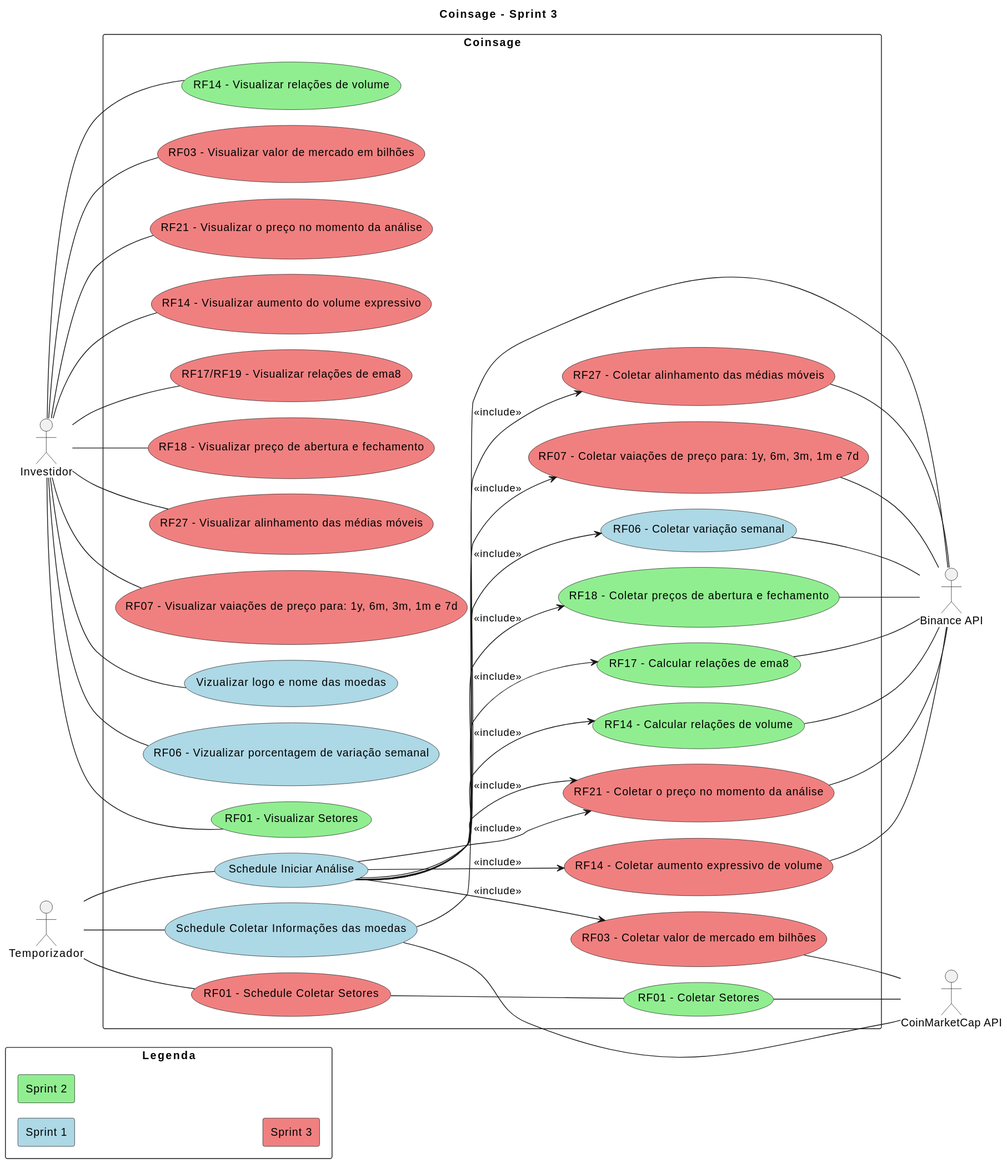
Before: Artefatos/diagramas/casos_de_uso/versions/svgs/current.svg, a diagram exported from PlantUML (ICEI-PUC-Minas-PPLES-TI/plf-es-2024-1-ti3-8981100-coinsage).
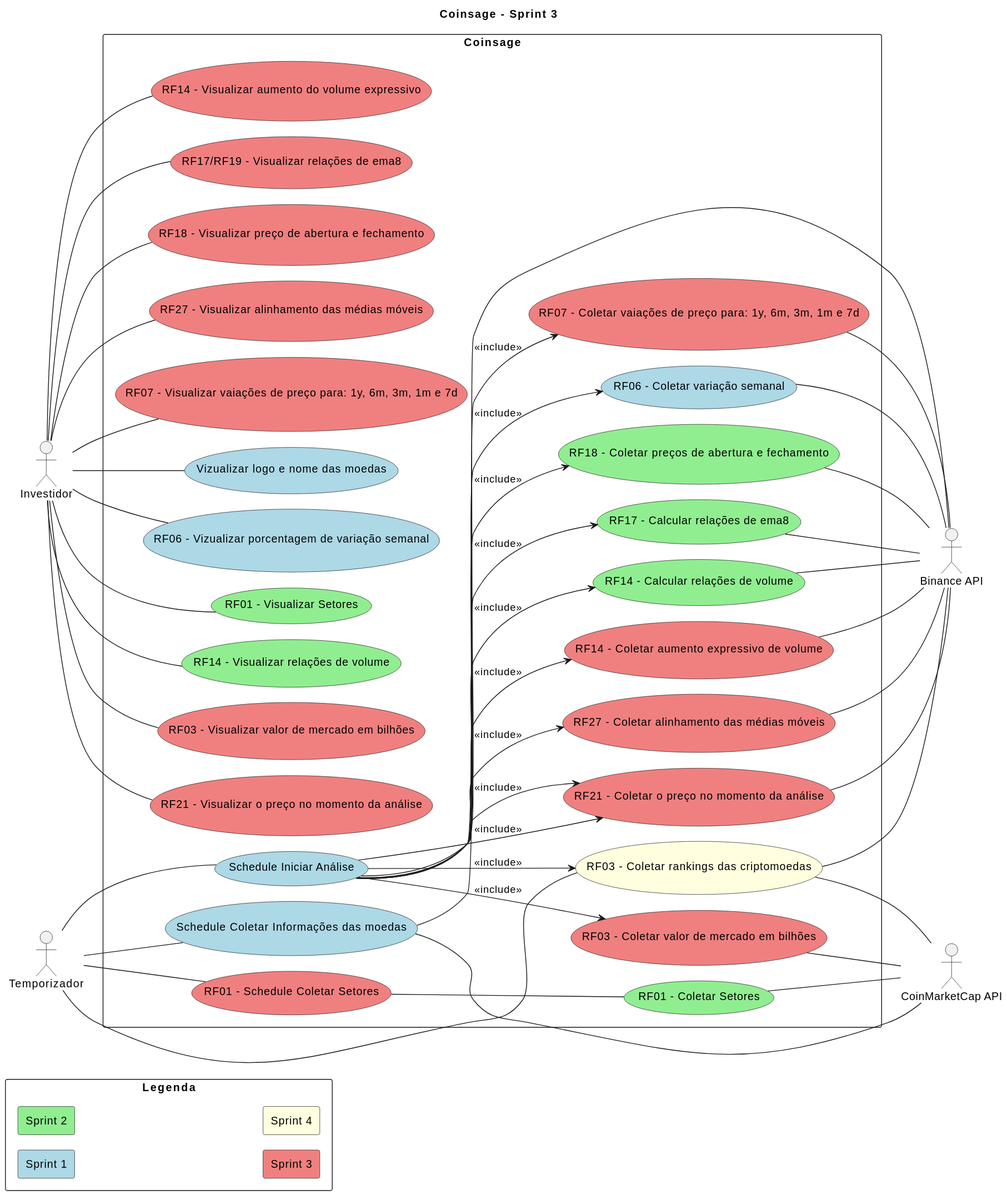
The same diagram one commit later.

Commit message:
added new use-case with collect rankings feature

Diff of the diagram source:
```diff
@@ -15,6 +15,7 @@
     rectangle "Sprint 1" #LightBlue
     rectangle "Sprint 2" #LightGreen
     rectangle "Sprint 3" #LightCoral
+    rectangle "Sprint 4" #LightYellow
 }
 
 rectangle "Coinsage"{
@@ -46,11 +47,13 @@
     usecase "RF18 - Visualizar preço de abertura e fechamento" as view_cripto_open_close #LightCoral /' Should be sprint 2 but not ended '/
     usecase "RF27 - Visualizar alinhamento das médias móveis" as view_emas_aligned #LightCoral
     usecase "RF07 - Visualizar vaiações de preço para: 1y, 6m, 3m, 1m e 7d" as view_cripto_price_variations #LightCoral
+    usecase "RF03 - Coletar rankings das criptomoedas" as collect_rankings #LightYellow
 }
 
 schedule -- sch_analysis
 schedule -- sch_cripto_info
 schedule -- sch_sectors
+schedule -- collect_rankings
 
 sch_cripto_info -- binance
 sch_cripto_info -- cmc
@@ -65,6 +68,8 @@
 collect_cripto_price_variations -- binance
 sch_sectors -- collect_sectors
 collect_sectors -- cmc
+collect_rankings -- binance
+collect_rankings -- cmc
 
 investor -- view_sectors
 investor -- view_cripto_info
@@ -88,4 +93,5 @@
 sch_analysis --> collect_cripto_current_price : <<include>>
 sch_analysis --> collect_emas_aligned : <<include>>
 sch_analysis --> collect_cripto_price_variations : <<include>>
+sch_analysis --> collect_rankings : <<include>>
 @enduml
```
